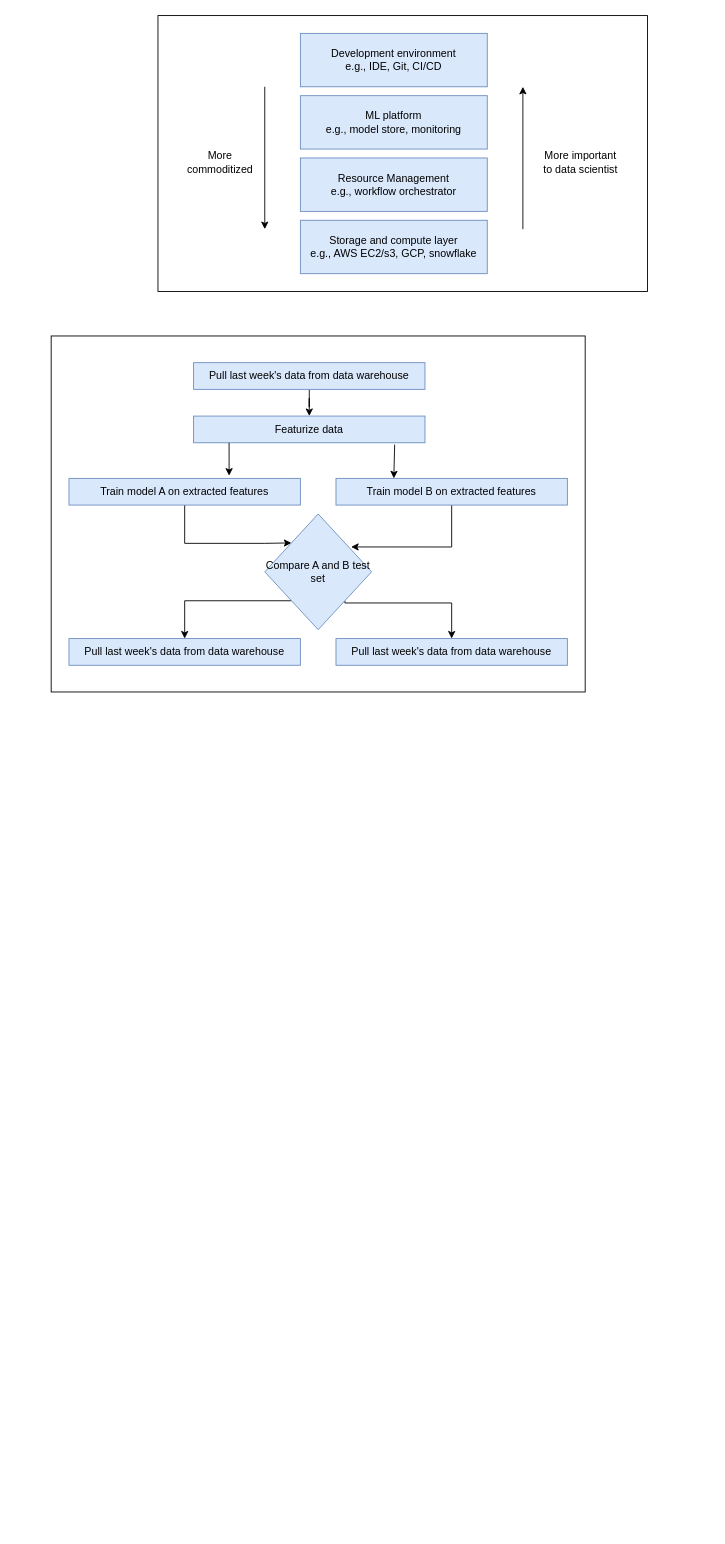
Before: drawio/MLOps.drawio in GuilinDev/Notes, a draw.io diagram. Source tidied: cells renumbered, new cells numbered last; positions are measured from the earlier drawing's top-left corner, leaving out a move shared by most shapes. Both pictures are drawn from the tidied source at 89%, with x=0, y=0 at pixel (51, 15).
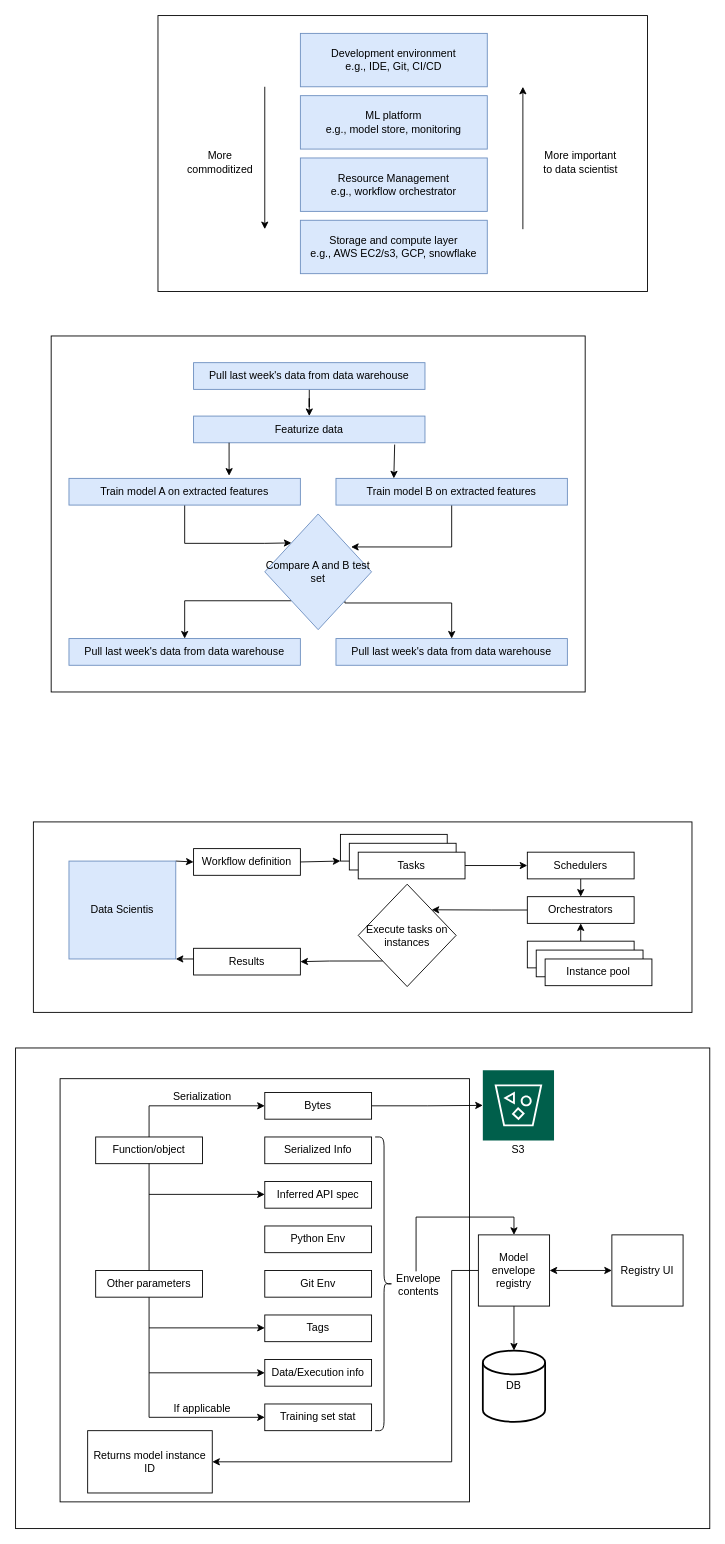
The same diagram, later.

What changed in the source:
```diff
@@
+    <mxCell id="26" style="rounded=0;whiteSpace=wrap;html=1;" parent="1" vertex="1">
+      <mxGeometry x="-40" y="1160" width="780" height="540" as="geometry" />
+    </mxCell>
+    <mxCell id="27" style="rounded=0;whiteSpace=wrap;html=1;" parent="1" vertex="1">
+      <mxGeometry x="10" y="1194.5" width="460" height="475.5" as="geometry" />
+    </mxCell>
+    <mxCell id="28" style="rounded=0;whiteSpace=wrap;html=1;" parent="1" vertex="1">
+      <mxGeometry x="-20" y="906" width="740" height="214" as="geometry" />
+    </mxCell>
@@
+    <mxCell id="29" style="edgeStyle=orthogonalEdgeStyle;rounded=0;jettySize=auto;html=1;exitX=1;exitY=0;exitDx=0;exitDy=0;entryX=0;entryY=0.5;entryDx=0;entryDy=0;" parent="1" edge="1" source="30" target="31">
+      <mxGeometry relative="1" as="geometry">
+        <Array as="points">
+          <mxPoint x="160" y="950" />
+        </Array>
+      </mxGeometry>
+    </mxCell>
+    <mxCell id="30" value="Data Scientis" style="rounded=0;whiteSpace=wrap;html=1;fillColor=#dae8fc;strokeColor=#6c8ebf;" parent="1" vertex="1">
+      <mxGeometry x="20" y="950" width="120" height="110" as="geometry" />
+    </mxCell>
+    <mxCell id="31" value="Workflow definition" style="rounded=0;whiteSpace=wrap;html=1;" parent="1" vertex="1">
+      <mxGeometry x="160" y="936" width="120" height="30" as="geometry" />
+    </mxCell>
+    <mxCell id="32" style="rounded=0;whiteSpace=wrap;html=1;" parent="1" vertex="1">
+      <mxGeometry x="325" y="920" width="120" height="30" as="geometry" />
+    </mxCell>
+    <mxCell id="33" style="rounded=0;whiteSpace=wrap;html=1;" parent="1" vertex="1">
+      <mxGeometry x="335" y="930" width="120" height="30" as="geometry" />
+    </mxCell>
+    <mxCell id="34" style="edgeStyle=orthogonalEdgeStyle;rounded=0;jettySize=auto;html=1;" parent="1" edge="1" source="35" target="37">
+      <mxGeometry relative="1" as="geometry" />
+    </mxCell>
+    <mxCell id="35" value="Tasks" style="rounded=0;whiteSpace=wrap;html=1;" parent="1" vertex="1">
+      <mxGeometry x="345" y="940" width="120" height="30" as="geometry" />
+    </mxCell>
+    <mxCell id="36" style="edgeStyle=orthogonalEdgeStyle;rounded=0;jettySize=auto;html=1;exitX=0.5;exitY=1;exitDx=0;exitDy=0;entryX=0.5;entryY=0;entryDx=0;entryDy=0;" parent="1" edge="1" source="37" target="39">
+      <mxGeometry relative="1" as="geometry" />
+    </mxCell>
+    <mxCell id="37" value="Schedulers" style="rounded=0;whiteSpace=wrap;html=1;" parent="1" vertex="1">
+      <mxGeometry x="535" y="940" width="120" height="30" as="geometry" />
+    </mxCell>
+    <mxCell id="38" style="edgeStyle=orthogonalEdgeStyle;rounded=0;jettySize=auto;html=1;entryX=1;entryY=0;entryDx=0;entryDy=0;" parent="1" edge="1" source="39" target="45">
+      <mxGeometry relative="1" as="geometry" />
+    </mxCell>
+    <mxCell id="39" value="Orchestrators" style="rounded=0;whiteSpace=wrap;html=1;" parent="1" vertex="1">
+      <mxGeometry x="535" y="990" width="120" height="30" as="geometry" />
+    </mxCell>
+    <mxCell id="40" style="edgeStyle=orthogonalEdgeStyle;rounded=0;jettySize=auto;html=1;exitX=0.5;exitY=0;exitDx=0;exitDy=0;entryX=0.5;entryY=1;entryDx=0;entryDy=0;" parent="1" edge="1" source="41" target="39">
+      <mxGeometry relative="1" as="geometry" />
+    </mxCell>
+    <mxCell id="41" style="rounded=0;whiteSpace=wrap;html=1;" parent="1" vertex="1">
+      <mxGeometry x="535" y="1040" width="120" height="30" as="geometry" />
+    </mxCell>
+    <mxCell id="42" style="rounded=0;whiteSpace=wrap;html=1;" parent="1" vertex="1">
+      <mxGeometry x="545" y="1050" width="120" height="30" as="geometry" />
+    </mxCell>
+    <mxCell id="43" value="Instance pool" style="rounded=0;whiteSpace=wrap;html=1;" parent="1" vertex="1">
+      <mxGeometry x="555" y="1060" width="120" height="30" as="geometry" />
+    </mxCell>
+    <mxCell id="44" style="edgeStyle=orthogonalEdgeStyle;rounded=0;jettySize=auto;html=1;exitX=0;exitY=1;exitDx=0;exitDy=0;entryX=1;entryY=0.5;entryDx=0;entryDy=0;" parent="1" edge="1" source="45" target="46">
+      <mxGeometry relative="1" as="geometry" />
+    </mxCell>
+    <mxCell id="45" value="Execute tasks on instances" style="rhombus;whiteSpace=wrap;html=1;" parent="1" vertex="1">
+      <mxGeometry x="345" y="976" width="110" height="115" as="geometry" />
+    </mxCell>
+    <mxCell id="46" value="Results" style="rounded=0;whiteSpace=wrap;html=1;" parent="1" vertex="1">
+      <mxGeometry x="160" y="1048" width="120" height="30" as="geometry" />
+    </mxCell>
+    <mxCell id="47" style="endArrow=classic;html=1;rounded=0;exitX=1;exitY=0.5;exitDx=0;exitDy=0;entryX=0;entryY=1;entryDx=0;entryDy=0;" parent="1" edge="1" source="31" target="32">
+      <mxGeometry relative="1" as="geometry" />
+    </mxCell>
+    <mxCell id="48" style="endArrow=classic;html=1;rounded=0;entryX=1;entryY=1;entryDx=0;entryDy=0;" parent="1" edge="1" target="30">
+      <mxGeometry relative="1" as="geometry">
+        <mxPoint x="160" y="1060" as="sourcePoint" />
+      </mxGeometry>
+    </mxCell>
+    <mxCell id="49" style="edgeStyle=orthogonalEdgeStyle;rounded=0;jettySize=auto;html=1;entryX=0;entryY=0.5;entryDx=0;entryDy=0;exitX=0.5;exitY=0;exitDx=0;exitDy=0;" parent="1" edge="1" source="50" target="52">
+      <mxGeometry relative="1" as="geometry" />
+    </mxCell>
+    <mxCell id="50" value="Function/object" style="rounded=0;whiteSpace=wrap;html=1;" parent="1" vertex="1">
+      <mxGeometry x="50" y="1260" width="120" height="30" as="geometry" />
+    </mxCell>
+    <mxCell id="51" style="edgeStyle=orthogonalEdgeStyle;rounded=0;jettySize=auto;html=1;" parent="1" edge="1" source="52" target="63">
+      <mxGeometry relative="1" as="geometry" />
+    </mxCell>
+    <mxCell id="52" value="Bytes" style="rounded=0;whiteSpace=wrap;html=1;" parent="1" vertex="1">
+      <mxGeometry x="240" y="1210" width="120" height="30" as="geometry" />
+    </mxCell>
+    <mxCell id="53" value="Serialized Info" style="rounded=0;whiteSpace=wrap;html=1;" parent="1" vertex="1">
+      <mxGeometry x="240" y="1260" width="120" height="30" as="geometry" />
+    </mxCell>
+    <mxCell id="54" value="Inferred API spec" style="rounded=0;whiteSpace=wrap;html=1;" parent="1" vertex="1">
+      <mxGeometry x="240" y="1310" width="120" height="30" as="geometry" />
+    </mxCell>
+    <mxCell id="55" value="Python Env" style="rounded=0;whiteSpace=wrap;html=1;" parent="1" vertex="1">
+      <mxGeometry x="240" y="1360" width="120" height="30" as="geometry" />
+    </mxCell>
+    <mxCell id="56" value="Git Env" style="rounded=0;whiteSpace=wrap;html=1;" parent="1" vertex="1">
+      <mxGeometry x="240" y="1410" width="120" height="30" as="geometry" />
+    </mxCell>
+    <mxCell id="57" value="Tags" style="rounded=0;whiteSpace=wrap;html=1;" parent="1" vertex="1">
+      <mxGeometry x="240" y="1460" width="120" height="30" as="geometry" />
+    </mxCell>
+    <mxCell id="58" value="Data/Execution info" style="rounded=0;whiteSpace=wrap;html=1;" parent="1" vertex="1">
+      <mxGeometry x="240" y="1510" width="120" height="30" as="geometry" />
+    </mxCell>
+    <mxCell id="59" value="Training set stat" style="rounded=0;whiteSpace=wrap;html=1;" parent="1" vertex="1">
+      <mxGeometry x="240" y="1560" width="120" height="30" as="geometry" />
+    </mxCell>
+    <mxCell id="60" style="edgeStyle=orthogonalEdgeStyle;rounded=0;jettySize=auto;html=1;entryX=0;entryY=0.5;entryDx=0;entryDy=0;exitX=0.5;exitY=1;exitDx=0;exitDy=0;" parent="1" edge="1" source="61" target="59">
+      <mxGeometry relative="1" as="geometry" />
+    </mxCell>
+    <mxCell id="61" value="Other parameters" style="rounded=0;whiteSpace=wrap;html=1;" parent="1" vertex="1">
+      <mxGeometry x="50" y="1410" width="120" height="30" as="geometry" />
+    </mxCell>
+    <mxCell id="62" value="Returns model instance ID" style="rounded=0;whiteSpace=wrap;html=1;" parent="1" vertex="1">
+      <mxGeometry x="41" y="1590" width="140" height="70" as="geometry" />
+    </mxCell>
+    <mxCell id="63" style="sketch=0;shadow=0;dashed=0;html=1;strokeColor=none;fillColor=#005F4B;labelPosition=center;verticalLabelPosition=bottom;verticalAlign=top;align=center;outlineConnect=0;shape=mxgraph.veeam2.s3_compatible;" parent="1" vertex="1">
+      <mxGeometry x="485" y="1185" width="80" height="79" as="geometry" />
+    </mxCell>
+    <mxCell id="64" style="edgeStyle=orthogonalEdgeStyle;rounded=0;jettySize=auto;html=1;entryX=0.5;entryY=0;entryDx=0;entryDy=0;entryPerimeter=0;" parent="1" edge="1" source="66" target="68">
+      <mxGeometry relative="1" as="geometry" />
+    </mxCell>
+    <mxCell id="65" style="edgeStyle=orthogonalEdgeStyle;rounded=0;jettySize=auto;html=1;entryX=1;entryY=0.5;entryDx=0;entryDy=0;" parent="1" edge="1" source="66" target="62">
+      <mxGeometry relative="1" as="geometry">
+        <Array as="points">
+          <mxPoint x="450" y="1410" />
+          <mxPoint x="450" y="1625" />
+        </Array>
+      </mxGeometry>
+    </mxCell>
+    <mxCell id="66" value="Model envelope registry" style="whiteSpace=wrap;html=1;" parent="1" vertex="1">
+      <mxGeometry x="480" y="1370" width="80" height="80" as="geometry" />
+    </mxCell>
+    <mxCell id="67" value="Registry UI" style="whiteSpace=wrap;html=1;" parent="1" vertex="1">
+      <mxGeometry x="630" y="1370" width="80" height="80" as="geometry" />
+    </mxCell>
+    <mxCell id="68" value="DB" style="strokeWidth=2;html=1;shape=mxgraph.flowchart.database;whiteSpace=wrap;" parent="1" vertex="1">
+      <mxGeometry x="485" y="1500" width="70" height="80" as="geometry" />
+    </mxCell>
+    <mxCell id="69" style="endArrow=classic;startArrow=classic;html=1;rounded=0;entryX=0;entryY=0.5;entryDx=0;entryDy=0;exitX=1;exitY=0.5;exitDx=0;exitDy=0;" parent="1" edge="1" source="66" target="67">
+      <mxGeometry relative="1" as="geometry" />
+    </mxCell>
+    <mxCell id="70" style="shape=curlyBracket;whiteSpace=wrap;html=1;rounded=1;flipH=1;labelPosition=right;verticalLabelPosition=middle;align=left;verticalAlign=middle;" parent="1" vertex="1">
+      <mxGeometry x="364" y="1260" width="20" height="330" as="geometry" />
+    </mxCell>
+    <mxCell id="71" style="edgeStyle=orthogonalEdgeStyle;rounded=0;jettySize=auto;html=1;entryX=0.5;entryY=0;entryDx=0;entryDy=0;" parent="1" edge="1" source="72" target="66">
+      <mxGeometry relative="1" as="geometry">
+        <Array as="points">
+          <mxPoint x="410" y="1350" />
+          <mxPoint x="520" y="1350" />
+        </Array>
+      </mxGeometry>
+    </mxCell>
+    <mxCell id="72" value="Envelope contents" style="text;html=1;strokeColor=none;fillColor=none;align=center;verticalAlign=middle;whiteSpace=wrap;rounded=0;" parent="1" vertex="1">
+      <mxGeometry x="383" y="1411" width="60" height="30" as="geometry" />
+    </mxCell>
+    <mxCell id="73" value="S3" style="text;html=1;strokeColor=none;fillColor=none;align=center;verticalAlign=middle;whiteSpace=wrap;rounded=0;" parent="1" vertex="1">
+      <mxGeometry x="495" y="1260" width="60" height="30" as="geometry" />
+    </mxCell>
+    <mxCell id="74" value="Serialization" style="text;html=1;strokeColor=none;fillColor=none;align=center;verticalAlign=middle;whiteSpace=wrap;rounded=0;" parent="1" vertex="1">
+      <mxGeometry x="140" y="1200" width="60" height="30" as="geometry" />
+    </mxCell>
+    <mxCell id="75" style="endArrow=none;html=1;rounded=0;entryX=0.5;entryY=1;entryDx=0;entryDy=0;exitX=0.5;exitY=0;exitDx=0;exitDy=0;" parent="1" edge="1" source="61" target="50">
+      <mxGeometry relative="1" as="geometry" />
+    </mxCell>
+    <mxCell id="76" style="endArrow=classic;html=1;rounded=0;entryX=0;entryY=0.5;entryDx=0;entryDy=0;" parent="1" edge="1" target="58">
+      <mxGeometry relative="1" as="geometry">
+        <mxPoint x="110" y="1525" as="sourcePoint" />
+      </mxGeometry>
+    </mxCell>
+    <mxCell id="77" style="endArrow=classic;html=1;rounded=0;entryX=0;entryY=0.5;entryDx=0;entryDy=0;" parent="1" edge="1">
+      <mxGeometry relative="1" as="geometry">
+        <mxPoint x="110" y="1474.5" as="sourcePoint" />
+        <mxPoint x="240" y="1474.5" as="targetPoint" />
+      </mxGeometry>
+    </mxCell>
+    <mxCell id="78" style="endArrow=classic;html=1;rounded=0;entryX=0;entryY=0.5;entryDx=0;entryDy=0;" parent="1" edge="1">
+      <mxGeometry relative="1" as="geometry">
+        <mxPoint x="110" y="1324.5" as="sourcePoint" />
+        <mxPoint x="240" y="1324.5" as="targetPoint" />
+      </mxGeometry>
+    </mxCell>
+    <mxCell id="79" value="If applicable" style="text;html=1;strokeColor=none;fillColor=none;align=center;verticalAlign=middle;whiteSpace=wrap;rounded=0;" parent="1" vertex="1">
+      <mxGeometry x="130" y="1550" width="80" height="30" as="geometry" />
+    </mxCell>
```
